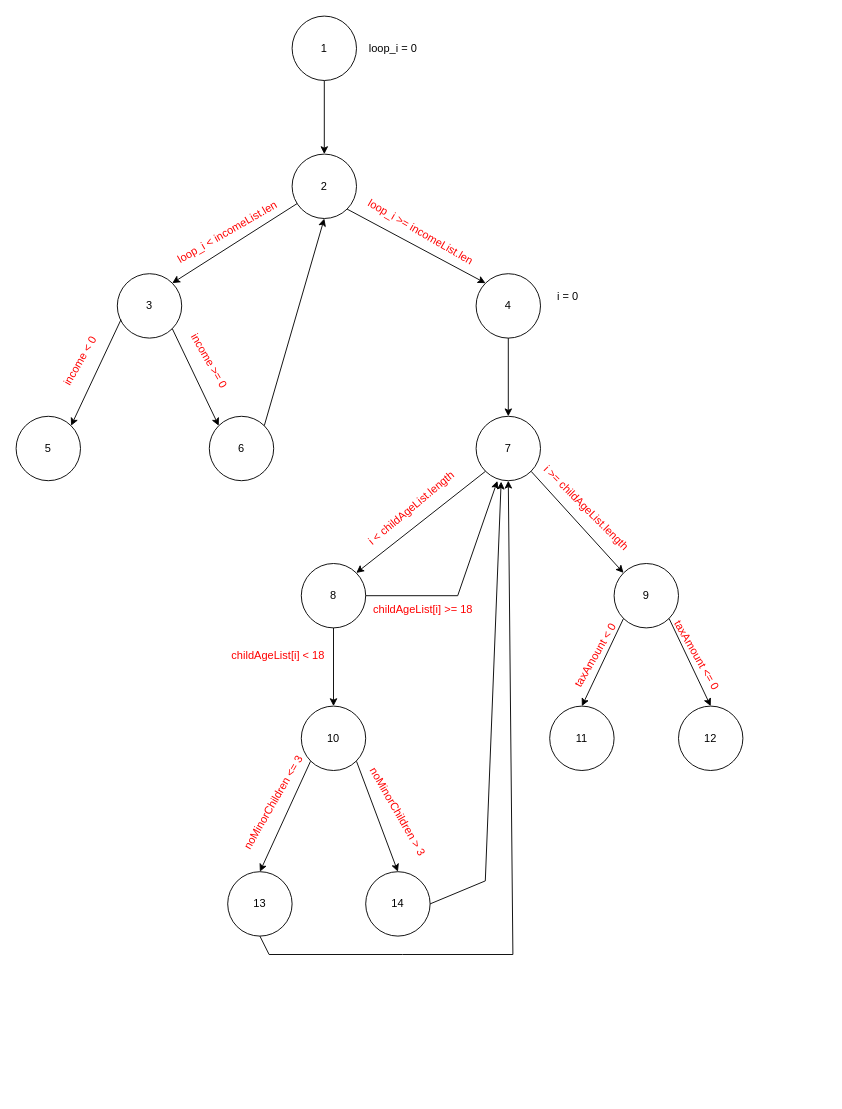
Earlier version of the draw.io diagram cfg-asg1.drawio (sakib7/ml-project-versioning). Source tidied: cells renumbered, new cells numbered last; positions are measured from the earlier drawing's top-left corner, leaving out a move shared by most shapes. Both pictures are drawn from the tidied source at 92%, with x=0, y=0 at pixel (16, 16).
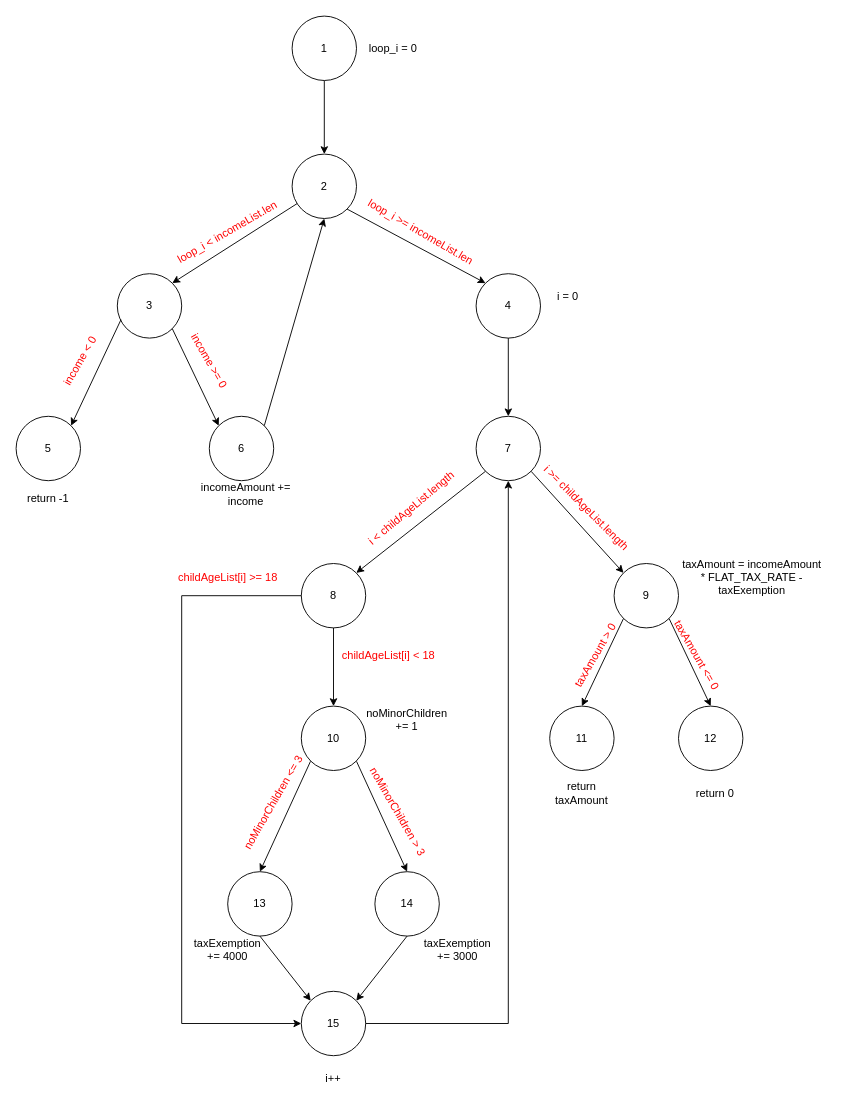
The same page after the edit.

Unchanged cells that the change refers to:
```xml
<mxCell id="14" value="7" style="ellipse;whiteSpace=wrap;html=1;" parent="1" vertex="1">
  <mxGeometry x="500" y="435" width="70" height="70" as="geometry" />
</mxCell>
<mxCell id="16" value="8" style="ellipse;whiteSpace=wrap;html=1;" parent="1" vertex="1">
  <mxGeometry x="310" y="595" width="70" height="70" as="geometry" />
</mxCell>
<mxCell id="26" value="13" style="ellipse;whiteSpace=wrap;html=1;" parent="1" vertex="1">
  <mxGeometry x="230" y="930" width="70" height="70" as="geometry" />
</mxCell>
```

What changed in the source:
```diff
@@
     <mxCell id="28" value="14" style="ellipse;whiteSpace=wrap;html=1;" parent="1" vertex="1">
-      <mxGeometry x="380" y="930" width="70" height="70" as="geometry" />
+      <mxGeometry x="390" y="930" width="70" height="70" as="geometry" />
     </mxCell>
@@
-    <mxCell id="30" style="endArrow=classic;html=1;rounded=0;exitX=0.5;exitY=1;exitDx=0;exitDy=0;entryX=0.5;entryY=1;entryDx=0;entryDy=0;" parent="1" edge="1" source="26" target="14">
-      <mxGeometry relative="1" as="geometry">
-        <Array as="points">
-          <mxPoint x="275" y="1020" />
-          <mxPoint x="420" y="1020" />
-          <mxPoint x="540" y="1020" />
-        </Array>
-      </mxGeometry>
-    </mxCell>
-    <mxCell id="31" style="endArrow=classic;html=1;rounded=0;entryX=0.389;entryY=1.014;entryDx=0;entryDy=0;exitX=1;exitY=0.5;exitDx=0;exitDy=0;entryPerimeter=0;" parent="1" edge="1" source="28" target="14">
-      <mxGeometry relative="1" as="geometry">
-        <Array as="points">
-          <mxPoint x="510" y="940" />
-        </Array>
-      </mxGeometry>
-    </mxCell>
-    <mxCell id="32" style="endArrow=classic;html=1;rounded=0;exitX=1;exitY=0.5;exitDx=0;exitDy=0;entryX=0.331;entryY=1.003;entryDx=0;entryDy=0;entryPerimeter=0;" parent="1" edge="1" source="16" target="14">
+    <mxCell id="32" style="endArrow=classic;html=1;rounded=0;entryX=0;entryY=0.5;entryDx=0;entryDy=0;exitX=0;exitY=0.5;exitDx=0;exitDy=0;" parent="1" edge="1" source="16" target="47">
       <mxGeometry relative="1" as="geometry">
         <Array as="points">
-          <mxPoint x="480" y="630" />
+          <mxPoint x="180" y="630" />
+          <mxPoint x="180" y="1095" />
         </Array>
       </mxGeometry>
     </mxCell>
@@
-    <mxCell id="41" value="taxAmount &amp;lt; 0" style="text;html=1;strokeColor=none;fillColor=none;align=center;verticalAlign=middle;whiteSpace=wrap;rounded=0;rotation=-60;fontColor=#FF0000;" parent="1" vertex="1">
+    <mxCell id="41" value="taxAmount &amp;gt; 0" style="text;html=1;strokeColor=none;fillColor=none;align=center;verticalAlign=middle;whiteSpace=wrap;rounded=0;rotation=-60;fontColor=#FF0000;" parent="1" vertex="1">
       <mxGeometry x="560" y="680" width="140" height="30" as="geometry" />
     </mxCell>
@@
     <mxCell id="43" value="childAgeList[i] &amp;lt; 18" style="text;html=1;strokeColor=none;fillColor=none;align=center;verticalAlign=middle;whiteSpace=wrap;rounded=0;fontColor=#FF0000;" parent="1" vertex="1">
-      <mxGeometry x="230" y="680" width="110" height="30" as="geometry" />
+      <mxGeometry x="350" y="680" width="110" height="30" as="geometry" />
     </mxCell>
     <mxCell id="44" value="childAgeList[i] &amp;gt;= 18" style="text;html=1;strokeColor=none;fillColor=none;align=center;verticalAlign=middle;whiteSpace=wrap;rounded=0;fontColor=#FF0000;" parent="1" vertex="1">
-      <mxGeometry x="380" y="630" width="125" height="30" as="geometry" />
+      <mxGeometry x="167.5" y="595" width="125" height="30" as="geometry" />
     </mxCell>
@@
+    <mxCell id="47" value="15" style="ellipse;whiteSpace=wrap;html=1;" parent="1" vertex="1">
+      <mxGeometry x="310" y="1060" width="70" height="70" as="geometry" />
+    </mxCell>
+    <mxCell id="48" style="endArrow=classic;html=1;rounded=0;entryX=0;entryY=0;entryDx=0;entryDy=0;exitX=0.5;exitY=1;exitDx=0;exitDy=0;" parent="1" edge="1" source="26" target="47">
+      <mxGeometry relative="1" as="geometry" />
+    </mxCell>
+    <mxCell id="49" style="endArrow=classic;html=1;rounded=0;entryX=1;entryY=0;entryDx=0;entryDy=0;exitX=0.5;exitY=1;exitDx=0;exitDy=0;" parent="1" edge="1" source="28" target="47">
+      <mxGeometry relative="1" as="geometry" />
+    </mxCell>
+    <mxCell id="50" style="endArrow=classic;html=1;rounded=0;entryX=0.5;entryY=1;entryDx=0;entryDy=0;exitX=1;exitY=0.5;exitDx=0;exitDy=0;" parent="1" edge="1" source="47" target="14">
+      <mxGeometry relative="1" as="geometry">
+        <Array as="points">
+          <mxPoint x="535" y="1095" />
+        </Array>
+      </mxGeometry>
+    </mxCell>
+    <mxCell id="51" value="i++" style="text;html=1;strokeColor=none;fillColor=none;align=center;verticalAlign=middle;whiteSpace=wrap;rounded=0;" parent="1" vertex="1">
+      <mxGeometry x="315" y="1140" width="60" height="30" as="geometry" />
+    </mxCell>
+    <mxCell id="52" value="taxExemption += 4000" style="text;html=1;strokeColor=none;fillColor=none;align=center;verticalAlign=middle;whiteSpace=wrap;rounded=0;" parent="1" vertex="1">
+      <mxGeometry x="200" y="1000" width="60" height="30" as="geometry" />
+    </mxCell>
+    <mxCell id="53" value="taxExemption += 3000" style="text;html=1;strokeColor=none;fillColor=none;align=center;verticalAlign=middle;whiteSpace=wrap;rounded=0;" parent="1" vertex="1">
+      <mxGeometry x="450" y="1000" width="60" height="30" as="geometry" />
+    </mxCell>
+    <mxCell id="54" value="noMinorChildren += 1" style="text;html=1;strokeColor=none;fillColor=none;align=center;verticalAlign=middle;whiteSpace=wrap;rounded=0;" parent="1" vertex="1">
+      <mxGeometry x="395" y="750" width="60" height="30" as="geometry" />
+    </mxCell>
+    <mxCell id="55" value="taxAmount = incomeAmount * FLAT_TAX_RATE - taxExemption" style="text;html=1;strokeColor=none;fillColor=none;align=center;verticalAlign=middle;whiteSpace=wrap;rounded=0;" parent="1" vertex="1">
+      <mxGeometry x="720" y="595" width="160" height="30" as="geometry" />
+    </mxCell>
+    <mxCell id="56" value="incomeAmount += income" style="text;html=1;strokeColor=none;fillColor=none;align=center;verticalAlign=middle;whiteSpace=wrap;rounded=0;" parent="1" vertex="1">
+      <mxGeometry x="200" y="505" width="100" height="30" as="geometry" />
+    </mxCell>
+    <mxCell id="57" value="return -1" style="text;html=1;strokeColor=none;fillColor=none;align=center;verticalAlign=middle;whiteSpace=wrap;rounded=0;" parent="1" vertex="1">
+      <mxGeometry x="5" y="510" width="60" height="30" as="geometry" />
+    </mxCell>
+    <mxCell id="58" value="return taxAmount" style="text;html=1;strokeColor=none;fillColor=none;align=center;verticalAlign=middle;whiteSpace=wrap;rounded=0;" parent="1" vertex="1">
+      <mxGeometry x="575" y="830" width="80" height="30" as="geometry" />
+    </mxCell>
+    <mxCell id="59" value="return 0" style="text;html=1;strokeColor=none;fillColor=none;align=center;verticalAlign=middle;whiteSpace=wrap;rounded=0;" parent="1" vertex="1">
+      <mxGeometry x="720" y="830" width="80" height="30" as="geometry" />
+    </mxCell>
```
